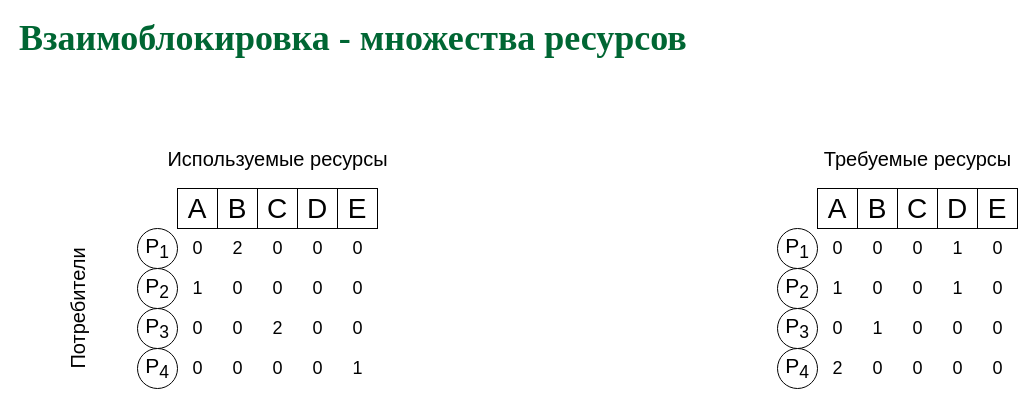
77maxikov/os_course keeps this draw.io diagram as page "Deadlock - MultiRes" (2 of 3) of slides/deadlock.drawio. Above is the earlier version. Source tidied: cells renumbered, new cells numbered last; positions are measured from the earlier drawing's top-left corner, leaving out a move shared by most shapes. Both pictures are drawn from the tidied source at 100%, with x=0, y=0 at pixel (17, 28).
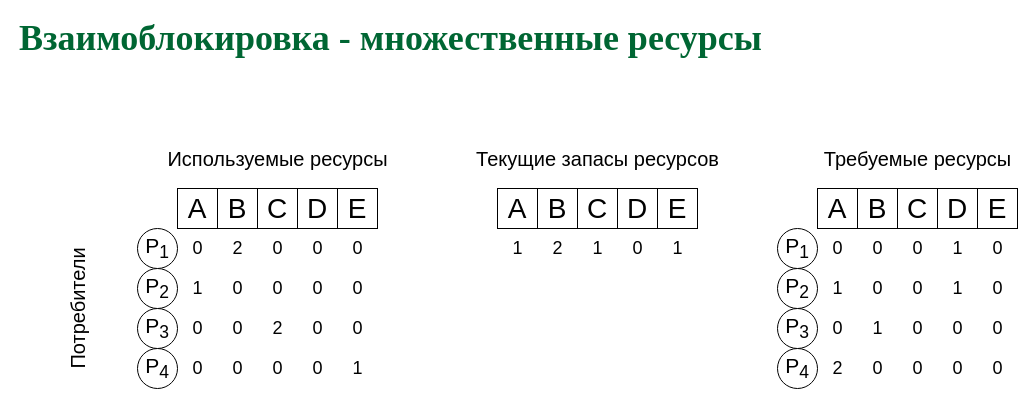
The same page after the edit.

What changed in the source:
```diff
@@
-    <mxCell id="28" value="&lt;b style=&quot;color: rgb(0 , 102 , 51) ; font-family: &amp;#34;garamond&amp;#34; ; font-size: 36px&quot;&gt;Взаимоблокировка - множества ресурсов&lt;/b&gt;" style="text;html=1;align=left;verticalAlign=middle;whiteSpace=wrap;rounded=0;" parent="1" vertex="1">
+    <mxCell id="28" value="&lt;b style=&quot;color: rgb(0 , 102 , 51) ; font-family: &amp;#34;garamond&amp;#34; ; font-size: 36px&quot;&gt;Взаимоблокировка - множественные ресурсы&lt;/b&gt;" style="text;html=1;align=left;verticalAlign=middle;whiteSpace=wrap;rounded=0;" parent="1" vertex="1">
       <mxGeometry width="920" height="20" as="geometry" />
     </mxCell>
@@
+    <mxCell id="65" value="&lt;font style=&quot;font-size: 20px&quot;&gt;Текущие запасы ресурсов&lt;/font&gt;" style="text;html=1;align=center;verticalAlign=middle;" parent="1" vertex="1">
+      <mxGeometry x="450" y="120" width="260" height="20" as="geometry" />
+    </mxCell>
+    <mxCell id="66" value="&lt;font style=&quot;font-size: 28px&quot;&gt;A&lt;/font&gt;" style="rounded=0;whiteSpace=wrap;html=1;" parent="1" vertex="1">
+      <mxGeometry x="480" y="160" width="40" height="40" as="geometry" />
+    </mxCell>
+    <mxCell id="67" value="&lt;font style=&quot;font-size: 28px&quot;&gt;B&lt;/font&gt;" style="rounded=0;whiteSpace=wrap;html=1;" parent="1" vertex="1">
+      <mxGeometry x="520" y="160" width="40" height="40" as="geometry" />
+    </mxCell>
+    <mxCell id="68" value="&lt;font style=&quot;font-size: 28px&quot;&gt;C&lt;/font&gt;" style="rounded=0;whiteSpace=wrap;html=1;" parent="1" vertex="1">
+      <mxGeometry x="560" y="160" width="40" height="40" as="geometry" />
+    </mxCell>
+    <mxCell id="69" value="&lt;font style=&quot;font-size: 28px&quot;&gt;D&lt;/font&gt;" style="rounded=0;whiteSpace=wrap;html=1;" parent="1" vertex="1">
+      <mxGeometry x="600" y="160" width="40" height="40" as="geometry" />
+    </mxCell>
+    <mxCell id="70" value="&lt;font style=&quot;font-size: 28px&quot;&gt;E&lt;/font&gt;" style="rounded=0;whiteSpace=wrap;html=1;" parent="1" vertex="1">
+      <mxGeometry x="640" y="160" width="40" height="40" as="geometry" />
+    </mxCell>
+    <mxCell id="71" value="2" style="text;html=1;align=center;verticalAlign=middle;fontSize=18;" parent="1" vertex="1">
+      <mxGeometry x="525" y="205" width="30" height="30" as="geometry" />
+    </mxCell>
+    <mxCell id="72" value="1" style="text;html=1;align=center;verticalAlign=middle;fontSize=18;" parent="1" vertex="1">
+      <mxGeometry x="485" y="205" width="30" height="30" as="geometry" />
+    </mxCell>
+    <mxCell id="73" value="1" style="text;html=1;align=center;verticalAlign=middle;fontSize=18;" parent="1" vertex="1">
+      <mxGeometry x="565" y="205" width="30" height="30" as="geometry" />
+    </mxCell>
+    <mxCell id="74" value="0" style="text;html=1;align=center;verticalAlign=middle;fontSize=18;" parent="1" vertex="1">
+      <mxGeometry x="605" y="205" width="30" height="30" as="geometry" />
+    </mxCell>
+    <mxCell id="75" value="1" style="text;html=1;align=center;verticalAlign=middle;fontSize=18;" parent="1" vertex="1">
+      <mxGeometry x="645" y="205" width="30" height="30" as="geometry" />
+    </mxCell>
```
